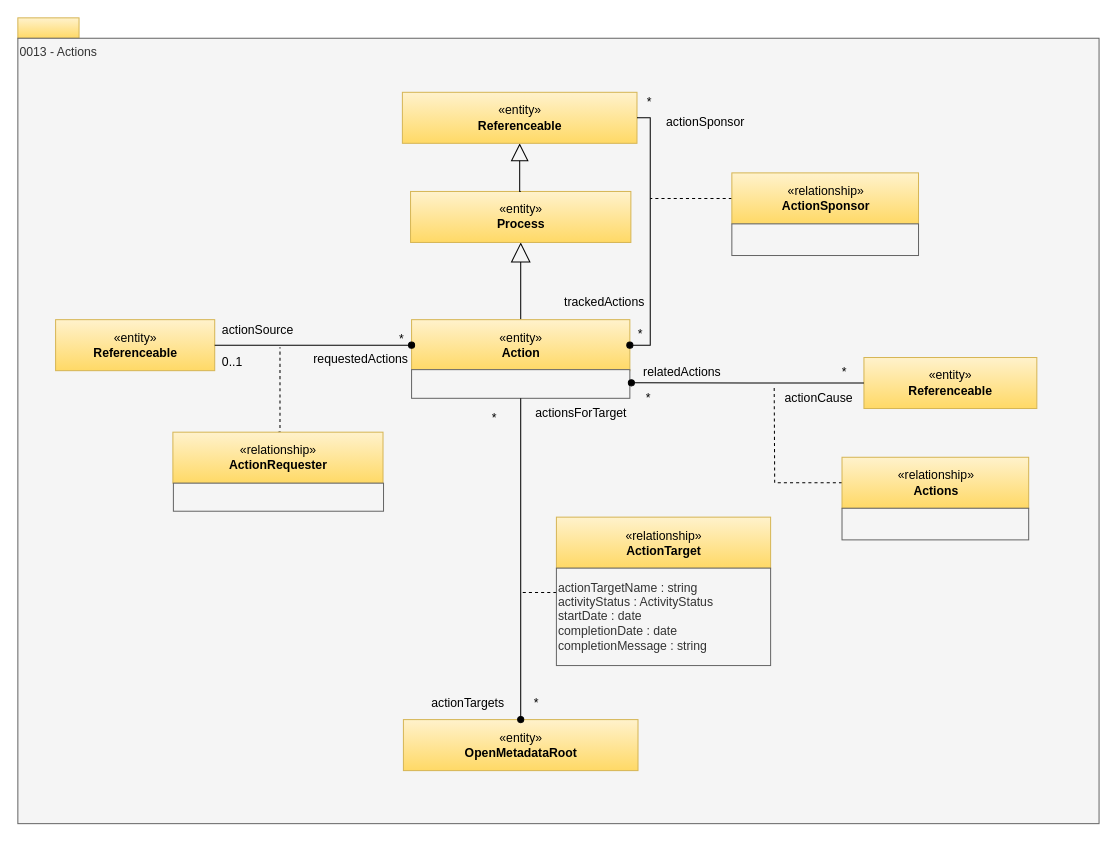
Above: page "0013-Actions" (7 of 32) of site/docs/types/0/area-0-basic-types-and-infrastructure.drawio in odpi/egeria-docs (draw.io), before the change. Source tidied: cells renumbered, new cells numbered last; positions are measured from the earlier drawing's top-left corner, leaving out a move shared by most shapes. Both pictures are drawn from the tidied source at 102%, with x=0, y=0 at pixel (17, 17).
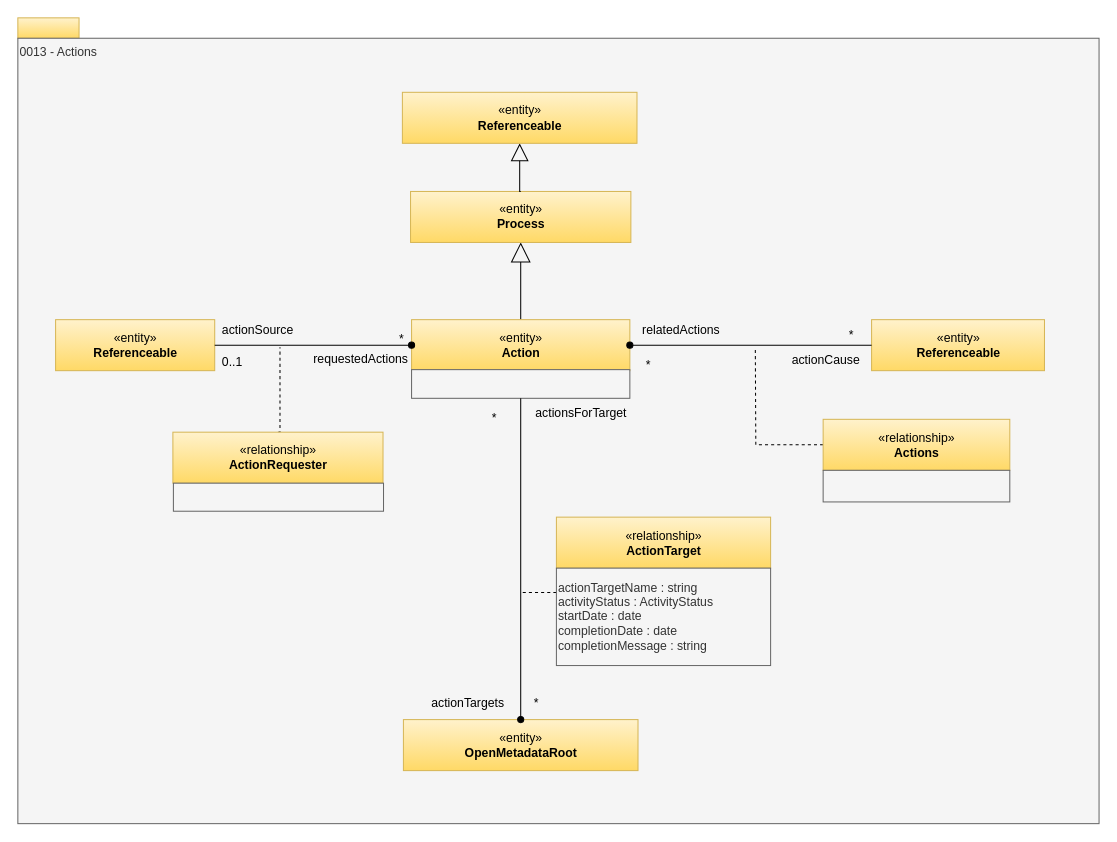
The same diagram, later.

Unchanged cells that the change refers to:
```xml
<mxCell id="6" value="«entity»&lt;br&gt;&lt;b&gt;Action&lt;/b&gt;" style="html=1;strokeColor=#d6b656;align=center;fillColor=#fff2cc;gradientColor=#ffd966;" parent="1" vertex="1">
  <mxGeometry x="386" y="295.9" width="214" height="50" as="geometry" />
</mxCell>
<mxCell id="22" value="«entity»&lt;br&gt;&lt;b&gt;Referenceable&lt;/b&gt;" style="html=1;strokeColor=#d6b656;align=center;fillColor=#fff2cc;gradientColor=#ffd966;" parent="1" vertex="1">
  <mxGeometry x="377" y="73" width="230" height="50" as="geometry" />
</mxCell>
```

Diff of the diagram source:
```diff
@@
-    <mxCell id="18" style="edgeStyle=orthogonalEdgeStyle;rounded=0;html=1;exitX=0;exitY=0.5;endArrow=none;endFill=0;jettySize=auto;dashed=1;" parent="1" edge="1" source="19">
-      <mxGeometry relative="1" as="geometry">
-        <mxPoint x="620" y="177" as="targetPoint" />
-      </mxGeometry>
-    </mxCell>
-    <mxCell id="19" value="«relationship»&lt;br&gt;&lt;b&gt;ActionSponsor&lt;/b&gt;" style="html=1;strokeColor=#d6b656;align=center;fillColor=#fff2cc;gradientColor=#ffd966;" parent="1" vertex="1">
-      <mxGeometry x="700" y="152" width="183" height="50" as="geometry" />
-    </mxCell>
-    <mxCell id="20" value="*" style="text;html=1;align=center;verticalAlign=top;spacingTop=-4;" parent="1" vertex="1">
-      <mxGeometry x="600" y="300" width="20" height="20" as="geometry" />
-    </mxCell>
-    <mxCell id="21" value="*" style="text;html=1;align=center;verticalAlign=top;spacingTop=-4;" parent="1" vertex="1">
-      <mxGeometry x="604" y="73" width="30" height="20" as="geometry" />
-    </mxCell>
@@
-    <mxCell id="23" style="rounded=0;whiteSpace=wrap;html=1;strokeColor=#666666;align=left;fillColor=#f5f5f5;fontColor=#333333;" parent="1" vertex="1">
-      <mxGeometry x="700" y="202" width="183" height="31" as="geometry" />
-    </mxCell>
-    <mxCell id="24" value="actionSponsor" style="text;html=1;align=left;verticalAlign=top;spacingTop=-4;" parent="1" vertex="1">
-      <mxGeometry x="634" y="92.8" width="100" height="20" as="geometry" />
-    </mxCell>
-    <mxCell id="25" value="trackedActions" style="text;html=1;align=left;verticalAlign=top;spacingTop=-4;" parent="1" vertex="1">
-      <mxGeometry x="534" y="269" width="100" height="20" as="geometry" />
-    </mxCell>
-    <mxCell id="26" style="edgeStyle=orthogonalEdgeStyle;rounded=0;html=1;exitX=1;exitY=0.5;endArrow=none;endFill=0;jettySize=auto;entryX=1;entryY=0.5;startArrow=oval;startFill=1;exitDx=0;exitDy=0;" parent="1" edge="1" source="6" target="22">
-      <mxGeometry relative="1" as="geometry" />
-    </mxCell>
@@
     <mxCell id="36" value="«entity»&lt;br&gt;&lt;b&gt;Referenceable&lt;/b&gt;" style="html=1;strokeColor=#d6b656;align=center;fillColor=#fff2cc;gradientColor=#ffd966;" parent="1" vertex="1">
-      <mxGeometry x="829.5" y="333" width="169.5" height="50" as="geometry" />
+      <mxGeometry x="837" y="295.9" width="169.5" height="50" as="geometry" />
     </mxCell>
-    <mxCell id="37" style="edgeStyle=orthogonalEdgeStyle;rounded=0;jettySize=auto;html=1;entryX=1;entryY=0.5;entryDx=0;entryDy=0;endArrow=oval;endFill=1;" parent="1" edge="1" source="36">
-      <mxGeometry relative="1" as="geometry">
-        <mxPoint x="601.5" y="357.8" as="targetPoint" />
-      </mxGeometry>
+    <mxCell id="37" style="edgeStyle=orthogonalEdgeStyle;rounded=0;jettySize=auto;html=1;entryX=1;entryY=0.5;entryDx=0;entryDy=0;endArrow=oval;endFill=1;" parent="1" edge="1" source="36" target="6">
+      <mxGeometry relative="1" as="geometry" />
     </mxCell>
     <mxCell id="38" value="relatedActions" style="text;html=1;align=center;verticalAlign=middle;strokeColor=none;fillColor=none;" parent="1" vertex="1">
-      <mxGeometry x="601" y="333" width="100" height="30" as="geometry" />
+      <mxGeometry x="600" y="290.9" width="100" height="30" as="geometry" />
     </mxCell>
     <mxCell id="39" style="edgeStyle=orthogonalEdgeStyle;rounded=0;html=1;exitX=0;exitY=0.5;endArrow=none;endFill=0;jettySize=auto;dashed=1;" parent="1" edge="1" source="40">
       <mxGeometry relative="1" as="geometry">
-        <mxPoint x="741.5" y="360.8" as="targetPoint" />
+        <mxPoint x="723" y="323.6" as="targetPoint" />
       </mxGeometry>
     </mxCell>
     <mxCell id="40" value="«relationship»&lt;br&gt;&lt;b&gt;Actions&lt;/b&gt;" style="html=1;strokeColor=#d6b656;align=center;fillColor=#fff2cc;gradientColor=#ffd966;" parent="1" vertex="1">
-      <mxGeometry x="808" y="430.8" width="183" height="50" as="geometry" />
+      <mxGeometry x="789.5" y="393.6" width="183" height="50" as="geometry" />
     </mxCell>
     <mxCell id="41" style="rounded=0;whiteSpace=wrap;html=1;strokeColor=#666666;align=left;fillColor=#f5f5f5;fontColor=#333333;" parent="1" vertex="1">
-      <mxGeometry x="808" y="480.8" width="183" height="31" as="geometry" />
+      <mxGeometry x="789.5" y="443.6" width="183" height="31" as="geometry" />
     </mxCell>
     <mxCell id="42" value="actionCause" style="text;html=1;align=center;verticalAlign=middle;strokeColor=none;fillColor=none;" parent="1" vertex="1">
-      <mxGeometry x="739.5" y="358" width="90" height="30" as="geometry" />
+      <mxGeometry x="747" y="320.9" width="90" height="30" as="geometry" />
     </mxCell>
     <mxCell id="43" value="*" style="text;html=1;align=center;verticalAlign=top;spacingTop=-4;" parent="1" vertex="1">
-      <mxGeometry x="608" y="363" width="20" height="20" as="geometry" />
+      <mxGeometry x="608" y="330.9" width="20" height="20" as="geometry" />
     </mxCell>
     <mxCell id="44" value="*" style="text;html=1;align=center;verticalAlign=top;spacingTop=-4;" parent="1" vertex="1">
-      <mxGeometry x="799.5" y="338" width="20" height="20" as="geometry" />
+      <mxGeometry x="807" y="300.9" width="20" height="20" as="geometry" />
     </mxCell>
```
